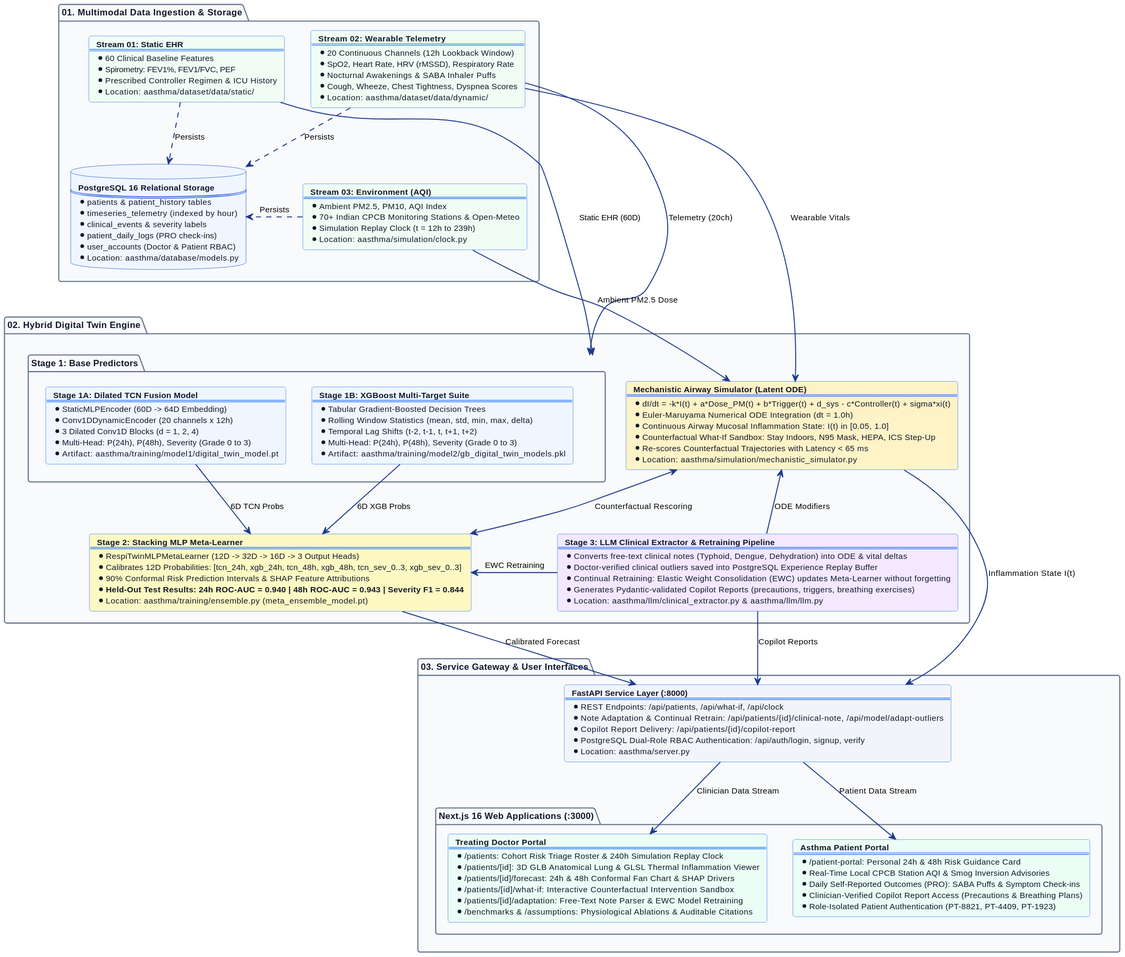
Frisbee148/BreatheTwin keeps this PlantUML diagram as frontend/public/architecture-diagram.svg. Above is the earlier version. Source of this version:
```plantuml
@startuml
skinparam backgroundColor #FFFFFF
skinparam shadowing false
skinparam roundcorner 6
skinparam defaultFontName Arial
skinparam defaultFontSize 11
skinparam defaultTextAlignment left
skinparam arrowColor #1E3A8A
skinparam arrowThickness 1.3

skinparam packageBackgroundColor #F8FAFC
skinparam packageBorderColor #64748B
skinparam packageFontColor #0F172A
skinparam packageFontStyle bold
skinparam packageFontSize 12

skinparam cardBackgroundColor #FFFFFF
skinparam cardBorderColor #3B82F6
skinparam cardFontColor #0F172A
skinparam cardFontSize 11

skinparam databaseBackgroundColor #EFF6FF
skinparam databaseBorderColor #1D4ED8
skinparam databaseFontColor #0F172A
skinparam databaseFontSize 11

top to bottom direction

package "01. Multimodal Data Ingestion & Storage" as P1 {
  card EHR #F0FDF4 [
    <b>Stream 01: Static EHR</b>
    ====
    * 60 Clinical Baseline Features
    * Spirometry: FEV1%, FEV1/FVC, PEF
    * Prescribed Controller Regimen & ICU History
    * Location: aasthma/dataset/data/static/
  ]

  card WEAR #F0FDF4 [
    <b>Stream 02: Wearable Telemetry</b>
    ====
    * 20 Continuous Channels (12h Lookback Window)
    * SpO2, Heart Rate, HRV (rMSSD), Respiratory Rate
    * Nocturnal Awakenings & SABA Inhaler Puffs
    * Cough, Wheeze, Chest Tightness, Dyspnea Scores
    * Location: aasthma/dataset/data/dynamic/
  ]

  card AQI #F0FDF4 [
    <b>Stream 03: Environment (AQI)</b>
    ====
    * Ambient PM2.5, PM10, AQI Index
    * 70+ Indian CPCB Monitoring Stations & Open-Meteo
    * Simulation Replay Clock (t = 12h to 239h)
    * Location: aasthma/simulation/clock.py
  ]

  database DB #EFF6FF [
    <b>PostgreSQL 16 Relational Storage</b>
    ====
    * patients & patient_history tables
    * timeseries_telemetry (indexed by hour)
    * clinical_events & severity labels
    * patient_daily_logs (PRO check-ins)
    * user_accounts (Doctor & Patient RBAC)
    * Location: aasthma/database/models.py
  ]

  EHR -[hidden]right-> WEAR
  WEAR -[hidden]right-> AQI
  AQI -[hidden]right-> DB

  EHR .down.> DB : Persists
  WEAR .down.> DB : Persists
  AQI .down.> DB : Persists
}

package "02. Hybrid Digital Twin Engine" as P2 {
  package "Stage 1: Base Predictors" as S1 {
    card TCN #EFF6FF [
      <b>Stage 1A: Dilated TCN Fusion Model</b>
      ====
      * StaticMLPEncoder (60D -> 64D Embedding)
      * Conv1DDynamicEncoder (20 channels x 12h)
      * 3 Dilated Conv1D Blocks (d = 1, 2, 4)
      * Multi-Head: P(24h), P(48h), Severity (Grade 0 to 3)
      * Artifact: aasthma/training/model1/digital_twin_model.pt
    ]

    card XGB #EFF6FF [
      <b>Stage 1B: XGBoost Multi-Target Suite</b>
      ====
      * Tabular Gradient-Boosted Decision Trees
      * Rolling Window Statistics (mean, std, min, max, delta)
      * Temporal Lag Shifts (t-2, t-1, t, t+1, t+2)
      * Multi-Head: P(24h), P(48h), Severity (Grade 0 to 3)
      * Artifact: aasthma/training/model2/gb_digital_twin_models.pkl
    ]

    TCN -[hidden]right-> XGB
  }

  card ODE #FEF3C7 [
    <b>Mechanistic Airway Simulator (Latent ODE)</b>
    ====
    * dI/dt = -k*I(t) + a*Dose_PM(t) + b*Trigger(t) + d_sys - c*Controller(t) + sigma*xi(t)
    * Euler-Maruyama Numerical ODE Integration (dt = 1.0h)
    * Continuous Airway Mucosal Inflammation State: I(t) in [0.05, 1.0]
    * Counterfactual What-If Sandbox: Stay Indoors, N95 Mask, HEPA, ICS Step-Up
    * Re-scores Counterfactual Trajectories with Latency < 65 ms
    * Location: aasthma/simulation/mechanistic_simulator.py
  ]

  card META #FEF9C3 [
    <b>Stage 2: Stacking MLP Meta-Learner</b>
    ====
    * RespiTwinMLPMetaLearner (12D -> 32D -> 16D -> 3 Output Heads)
    * Calibrates 12D Probabilities: [tcn_24h, xgb_24h, tcn_48h, xgb_48h, tcn_sev_0..3, xgb_sev_0..3]
    * 90% Conformal Risk Prediction Intervals & SHAP Feature Attributions
    * <b>Held-Out Test Results: 24h ROC-AUC = 0.940 | 48h ROC-AUC = 0.943 | Severity F1 = 0.844</b>
    * Location: aasthma/training/ensemble.py (meta_ensemble_model.pt)
  ]

  card LLM #F3E8FF [
    <b>Stage 3: LLM Clinical Extractor & Retraining Pipeline</b>
    ====
    * Converts free-text clinical notes (Typhoid, Dengue, Dehydration) into ODE & vital deltas
    * Doctor-verified clinical outliers saved into PostgreSQL Experience Replay Buffer
    * Continual Retraining: Elastic Weight Consolidation (EWC) updates Meta-Learner without forgetting
    * Generates Pydantic-validated Copilot Reports (precautions, triggers, breathing exercises)
    * Location: aasthma/llm/clinical_extractor.py & aasthma/llm/llm.py
  ]

  S1 -[hidden]down-> META
  ODE -[hidden]right-> META
  META -[hidden]right-> LLM
}

package "03. Service Gateway & User Interfaces" as P3 {
  card API #F1F5F9 [
    <b>FastAPI Service Layer (:8000)</b>
    ====
    * REST Endpoints: /api/patients, /api/what-if, /api/clock
    * Note Adaptation & Continual Retrain: /api/patients/{id}/clinical-note, /api/model/adapt-outliers
    * Copilot Report Delivery: /api/patients/{id}/copilot-report
    * PostgreSQL Dual-Role RBAC Authentication: /api/auth/login, signup, verify
    * Location: aasthma/server.py
  ]

  package "Next.js 16 Web Applications (:3000)" as CLIENTS {
    card DOC #ECFDF5 [
      <b>Treating Doctor Portal</b>
      ====
      * /patients: Cohort Risk Triage Roster & 240h Simulation Replay Clock
      * /patients/[id]: 3D GLB Anatomical Lung & GLSL Thermal Inflammation Viewer
      * /patients/[id]/forecast: 24h & 48h Conformal Fan Chart & SHAP Drivers
      * /patients/[id]/what-if: Interactive Counterfactual Intervention Sandbox
      * /patients/[id]/adaptation: Free-Text Note Parser & EWC Model Retraining
      * /benchmarks & /assumptions: Physiological Ablations & Auditable Citations
    ]

    card PAT #ECFDF5 [
      <b>Asthma Patient Portal</b>
      ====
      * /patient-portal: Personal 24h & 48h Risk Guidance Card
      * Real-Time Local CPCB Station AQI & Smog Inversion Advisories
      * Daily Self-Reported Outcomes (PRO): SABA Puffs & Symptom Check-ins
      * Clinician-Verified Copilot Report Access (Precautions & Breathing Plans)
      * Role-Isolated Patient Authentication (PT-8821, PT-4409, PT-1923)
    ]

    DOC -[hidden]right-> PAT
  }
}

EHR -down-> S1 : Static EHR (60D)
WEAR -down-> S1 : Telemetry (20ch)
WEAR -down-> ODE : Wearable Vitals
AQI -down-> ODE : Ambient PM2.5 Dose

TCN -down-> META : 6D TCN Probs
XGB -down-> META : 6D XGB Probs

META <-left-> ODE : Counterfactual Rescoring
LLM -down-> ODE : ODE Modifiers
LLM -left-> META : EWC Retraining

META -down-> API : Calibrated Forecast
ODE -down-> API : Inflammation State I(t)
LLM -down-> API : Copilot Reports

API -down-> DOC : Clinician Data Stream
API -down-> PAT : Patient Data Stream
@enduml
```
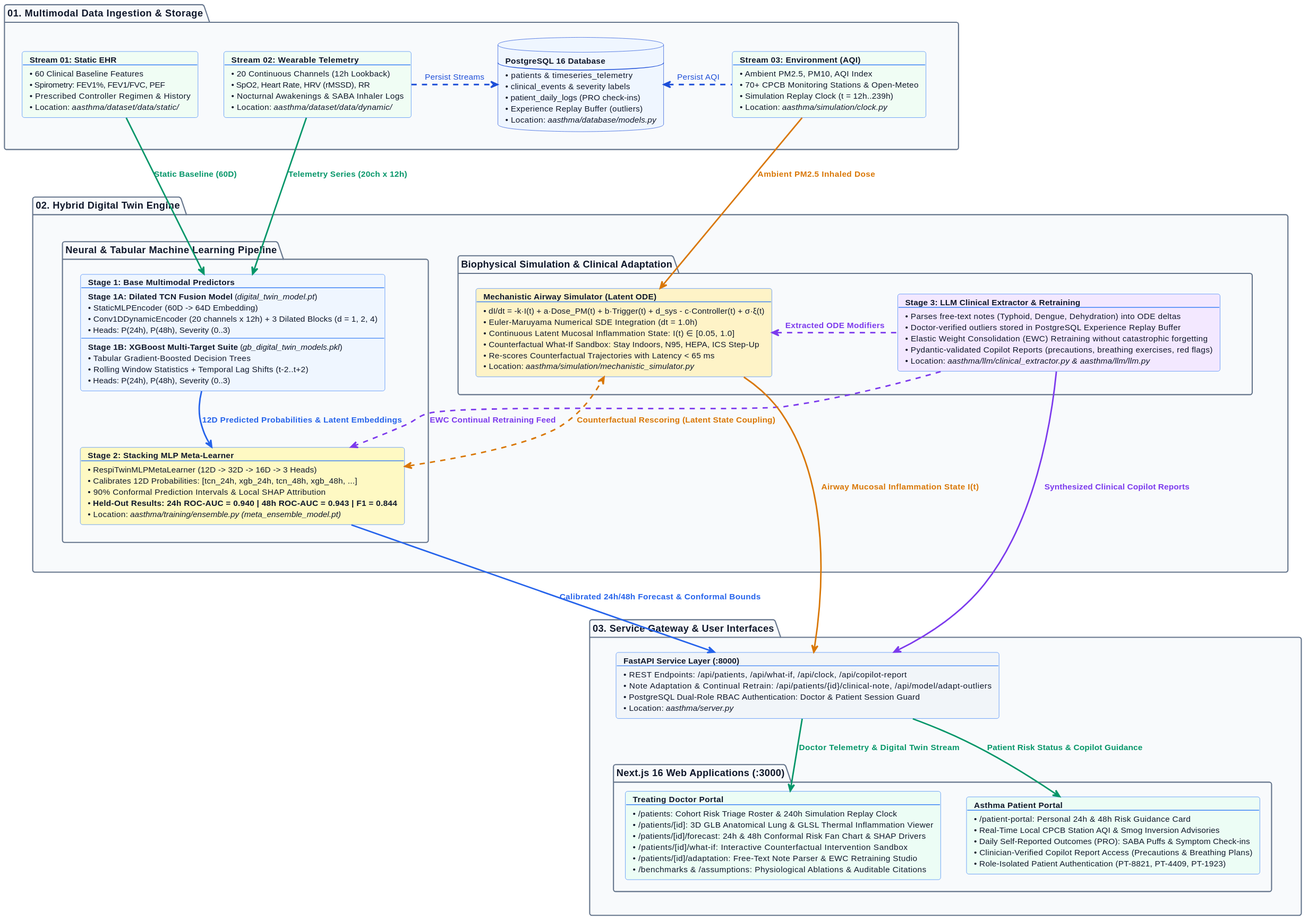
Above is the later version.

The edit, as a diff of the source:
```diff
@@ -2,17 +2,18 @@
 skinparam backgroundColor #FFFFFF
 skinparam shadowing false
 skinparam roundcorner 6
-skinparam defaultFontName Arial
+skinparam defaultFontName -apple-system, BlinkMacSystemFont, "Segoe UI", Roboto, Helvetica, Arial, sans-serif
 skinparam defaultFontSize 11
 skinparam defaultTextAlignment left
-skinparam arrowColor #1E3A8A
-skinparam arrowThickness 1.3
+skinparam arrowThickness 2.0
+skinparam arrowFontSize 11
+skinparam arrowFontColor #0F172A
 
 skinparam packageBackgroundColor #F8FAFC
 skinparam packageBorderColor #64748B
 skinparam packageFontColor #0F172A
 skinparam packageFontStyle bold
-skinparam packageFontSize 12
+skinparam packageFontSize 13
 
 skinparam cardBackgroundColor #FFFFFF
 skinparam cardBorderColor #3B82F6
@@ -29,166 +30,158 @@
 package "01. Multimodal Data Ingestion & Storage" as P1 {
   card EHR #F0FDF4 [
     <b>Stream 01: Static EHR</b>
-    ====
-    * 60 Clinical Baseline Features
-    * Spirometry: FEV1%, FEV1/FVC, PEF
-    * Prescribed Controller Regimen & ICU History
-    * Location: aasthma/dataset/data/static/
+    ----
+    • 60 Clinical Baseline Features
+    • Spirometry: FEV1%, FEV1/FVC, PEF
+    • Prescribed Controller Regimen & History
+    • Location: <i>aasthma/dataset/data/static/</i>
   ]
 
   card WEAR #F0FDF4 [
     <b>Stream 02: Wearable Telemetry</b>
-    ====
-    * 20 Continuous Channels (12h Lookback Window)
-    * SpO2, Heart Rate, HRV (rMSSD), Respiratory Rate
-    * Nocturnal Awakenings & SABA Inhaler Puffs
-    * Cough, Wheeze, Chest Tightness, Dyspnea Scores
-    * Location: aasthma/dataset/data/dynamic/
+    ----
+    • 20 Continuous Channels (12h Lookback)
+    • SpO2, Heart Rate, HRV (rMSSD), RR
+    • Nocturnal Awakenings & SABA Inhaler Logs
+    • Location: <i>aasthma/dataset/data/dynamic/</i>
+  ]
+
+  database DB #EFF6FF [
+    <b>PostgreSQL 16 Database</b>
+    ----
+    • patients & timeseries_telemetry
+    • clinical_events & severity labels
+    • patient_daily_logs (PRO check-ins)
+    • Experience Replay Buffer (outliers)
+    • Location: <i>aasthma/database/models.py</i>
   ]
 
   card AQI #F0FDF4 [
     <b>Stream 03: Environment (AQI)</b>
-    ====
-    * Ambient PM2.5, PM10, AQI Index
-    * 70+ Indian CPCB Monitoring Stations & Open-Meteo
-    * Simulation Replay Clock (t = 12h to 239h)
-    * Location: aasthma/simulation/clock.py
-  ]
-
-  database DB #EFF6FF [
-    <b>PostgreSQL 16 Relational Storage</b>
-    ====
-    * patients & patient_history tables
-    * timeseries_telemetry (indexed by hour)
-    * clinical_events & severity labels
-    * patient_daily_logs (PRO check-ins)
-    * user_accounts (Doctor & Patient RBAC)
-    * Location: aasthma/database/models.py
+    ----
+    • Ambient PM2.5, PM10, AQI Index
+    • 70+ CPCB Monitoring Stations & Open-Meteo
+    • Simulation Replay Clock (t = 12h..239h)
+    • Location: <i>aasthma/simulation/clock.py</i>
   ]
 
   EHR -[hidden]right-> WEAR
-  WEAR -[hidden]right-> AQI
-  AQI -[hidden]right-> DB
+  WEAR -[hidden]right-> DB
+  DB -[hidden]right-> AQI
 
-  EHR .down.> DB : Persists
-  WEAR .down.> DB : Persists
-  AQI .down.> DB : Persists
+  WEAR .[#1D4ED8]right.> DB : <color:#1D4ED8>Persist Streams</color>
+  AQI .[#1D4ED8]left.> DB : <color:#1D4ED8>Persist AQI</color>
 }
 
 package "02. Hybrid Digital Twin Engine" as P2 {
-  package "Stage 1: Base Predictors" as S1 {
-    card TCN #EFF6FF [
-      <b>Stage 1A: Dilated TCN Fusion Model</b>
-      ====
-      * StaticMLPEncoder (60D -> 64D Embedding)
-      * Conv1DDynamicEncoder (20 channels x 12h)
-      * 3 Dilated Conv1D Blocks (d = 1, 2, 4)
-      * Multi-Head: P(24h), P(48h), Severity (Grade 0 to 3)
-      * Artifact: aasthma/training/model1/digital_twin_model.pt
+  package "Neural & Tabular Machine Learning Pipeline" as P2_LEFT {
+    card S1 #EFF6FF [
+      <b>Stage 1: Base Multimodal Predictors</b>
+      ----
+      <b>Stage 1A: Dilated TCN Fusion Model</b> (<i>digital_twin_model.pt</i>)
+      • StaticMLPEncoder (60D -> 64D Embedding)
+      • Conv1DDynamicEncoder (20 channels x 12h) + 3 Dilated Blocks (d = 1, 2, 4)
+      • Heads: P(24h), P(48h), Severity (0..3)
+      ----
+      <b>Stage 1B: XGBoost Multi-Target Suite</b> (<i>gb_digital_twin_models.pkl</i>)
+      • Tabular Gradient-Boosted Decision Trees
+      • Rolling Window Statistics + Temporal Lag Shifts (t-2..t+2)
+      • Heads: P(24h), P(48h), Severity (0..3)
     ]
 
-    card XGB #EFF6FF [
-      <b>Stage 1B: XGBoost Multi-Target Suite</b>
-      ====
-      * Tabular Gradient-Boosted Decision Trees
-      * Rolling Window Statistics (mean, std, min, max, delta)
-      * Temporal Lag Shifts (t-2, t-1, t, t+1, t+2)
-      * Multi-Head: P(24h), P(48h), Severity (Grade 0 to 3)
-      * Artifact: aasthma/training/model2/gb_digital_twin_models.pkl
+    card META #FEF9C3 [
+      <b>Stage 2: Stacking MLP Meta-Learner</b>
+      ----
+      • RespiTwinMLPMetaLearner (12D -> 32D -> 16D -> 3 Heads)
+      • Calibrates 12D Probabilities: [tcn_24h, xgb_24h, tcn_48h, xgb_48h, ...]
+      • 90% Conformal Prediction Intervals & Local SHAP Attribution
+      • <b>Held-Out Results: 24h ROC-AUC = 0.940 | 48h ROC-AUC = 0.943 | F1 = 0.844</b>
+      • Location: <i>aasthma/training/ensemble.py (meta_ensemble_model.pt)</i>
     ]
 
-    TCN -[hidden]right-> XGB
+    S1 -[#2563EB]down-> META : <color:#2563EB><b>12D Predicted Probabilities & Latent Embeddings</b></color>
   }
 
-  card ODE #FEF3C7 [
-    <b>Mechanistic Airway Simulator (Latent ODE)</b>
-    ====
-    * dI/dt = -k*I(t) + a*Dose_PM(t) + b*Trigger(t) + d_sys - c*Controller(t) + sigma*xi(t)
-    * Euler-Maruyama Numerical ODE Integration (dt = 1.0h)
-    * Continuous Airway Mucosal Inflammation State: I(t) in [0.05, 1.0]
-    * Counterfactual What-If Sandbox: Stay Indoors, N95 Mask, HEPA, ICS Step-Up
-    * Re-scores Counterfactual Trajectories with Latency < 65 ms
-    * Location: aasthma/simulation/mechanistic_simulator.py
-  ]
+  package "Biophysical Simulation & Clinical Adaptation" as P2_RIGHT {
+    card ODE #FEF3C7 [
+      <b>Mechanistic Airway Simulator (Latent ODE)</b>
+      ----
+      • dI/dt = -k·I(t) + a·Dose_PM(t) + b·Trigger(t) + d_sys - c·Controller(t) + σ·ξ(t)
+      • Euler-Maruyama Numerical SDE Integration (dt = 1.0h)
+      • Continuous Latent Mucosal Inflammation State: I(t) ∈ [0.05, 1.0]
+      • Counterfactual What-If Sandbox: Stay Indoors, N95, HEPA, ICS Step-Up
+      • Re-scores Counterfactual Trajectories with Latency < 65 ms
+      • Location: <i>aasthma/simulation/mechanistic_simulator.py</i>
+    ]
 
-  card META #FEF9C3 [
-    <b>Stage 2: Stacking MLP Meta-Learner</b>
-    ====
-    * RespiTwinMLPMetaLearner (12D -> 32D -> 16D -> 3 Output Heads)
-    * Calibrates 12D Probabilities: [tcn_24h, xgb_24h, tcn_48h, xgb_48h, tcn_sev_0..3, xgb_sev_0..3]
-    * 90% Conformal Risk Prediction Intervals & SHAP Feature Attributions
-    * <b>Held-Out Test Results: 24h ROC-AUC = 0.940 | 48h ROC-AUC = 0.943 | Severity F1 = 0.844</b>
-    * Location: aasthma/training/ensemble.py (meta_ensemble_model.pt)
-  ]
+    card LLM #F3E8FF [
+      <b>Stage 3: LLM Clinical Extractor & Retraining</b>
+      ----
+      • Parses free-text notes (Typhoid, Dengue, Dehydration) into ODE deltas
+      • Doctor-verified outliers stored in PostgreSQL Experience Replay Buffer
+      • Elastic Weight Consolidation (EWC) Retraining without catastrophic forgetting
+      • Pydantic-validated Copilot Reports (precautions, breathing exercises, red flags)
+      • Location: <i>aasthma/llm/clinical_extractor.py & aasthma/llm/llm.py</i>
+    ]
 
-  card LLM #F3E8FF [
-    <b>Stage 3: LLM Clinical Extractor & Retraining Pipeline</b>
-    ====
-    * Converts free-text clinical notes (Typhoid, Dengue, Dehydration) into ODE & vital deltas
-    * Doctor-verified clinical outliers saved into PostgreSQL Experience Replay Buffer
-    * Continual Retraining: Elastic Weight Consolidation (EWC) updates Meta-Learner without forgetting
-    * Generates Pydantic-validated Copilot Reports (precautions, triggers, breathing exercises)
-    * Location: aasthma/llm/clinical_extractor.py & aasthma/llm/llm.py
-  ]
+    ODE -[hidden]right-> LLM
 
-  S1 -[hidden]down-> META
-  ODE -[hidden]right-> META
-  META -[hidden]right-> LLM
+    LLM .[#7C3AED]left.> ODE : <color:#7C3AED><b>Extracted ODE Modifiers</b></color>
+  }
+
+  P2_LEFT -[hidden]right-> P2_RIGHT
+
+  META <.[#D97706,norank].> ODE : <color:#D97706><b>Counterfactual Rescoring (Latent State Coupling)</b></color>
+  LLM .[#7C3AED,norank].> META : <color:#7C3AED><b>EWC Continual Retraining Feed</b></color>
 }
 
 package "03. Service Gateway & User Interfaces" as P3 {
   card API #F1F5F9 [
     <b>FastAPI Service Layer (:8000)</b>
-    ====
-    * REST Endpoints: /api/patients, /api/what-if, /api/clock
-    * Note Adaptation & Continual Retrain: /api/patients/{id}/clinical-note, /api/model/adapt-outliers
-    * Copilot Report Delivery: /api/patients/{id}/copilot-report
-    * PostgreSQL Dual-Role RBAC Authentication: /api/auth/login, signup, verify
-    * Location: aasthma/server.py
+    ----
+    • REST Endpoints: /api/patients, /api/what-if, /api/clock, /api/copilot-report
+    • Note Adaptation & Continual Retrain: /api/patients/{id}/clinical-note, /api/model/adapt-outliers
+    • PostgreSQL Dual-Role RBAC Authentication: Doctor & Patient Session Guard
+    • Location: <i>aasthma/server.py</i>
   ]
 
   package "Next.js 16 Web Applications (:3000)" as CLIENTS {
     card DOC #ECFDF5 [
       <b>Treating Doctor Portal</b>
-      ====
-      * /patients: Cohort Risk Triage Roster & 240h Simulation Replay Clock
-      * /patients/[id]: 3D GLB Anatomical Lung & GLSL Thermal Inflammation Viewer
-      * /patients/[id]/forecast: 24h & 48h Conformal Fan Chart & SHAP Drivers
-      * /patients/[id]/what-if: Interactive Counterfactual Intervention Sandbox
-      * /patients/[id]/adaptation: Free-Text Note Parser & EWC Model Retraining
-      * /benchmarks & /assumptions: Physiological Ablations & Auditable Citations
+      ----
+      • /patients: Cohort Risk Triage Roster & 240h Simulation Replay Clock
+      • /patients/[id]: 3D GLB Anatomical Lung & GLSL Thermal Inflammation Viewer
+      • /patients/[id]/forecast: 24h & 48h Conformal Risk Fan Chart & SHAP Drivers
+      • /patients/[id]/what-if: Interactive Counterfactual Intervention Sandbox
+      • /patients/[id]/adaptation: Free-Text Note Parser & EWC Retraining Studio
+      • /benchmarks & /assumptions: Physiological Ablations & Auditable Citations
     ]
 
     card PAT #ECFDF5 [
       <b>Asthma Patient Portal</b>
-      ====
-      * /patient-portal: Personal 24h & 48h Risk Guidance Card
-      * Real-Time Local CPCB Station AQI & Smog Inversion Advisories
-      * Daily Self-Reported Outcomes (PRO): SABA Puffs & Symptom Check-ins
-      * Clinician-Verified Copilot Report Access (Precautions & Breathing Plans)
-      * Role-Isolated Patient Authentication (PT-8821, PT-4409, PT-1923)
+      ----
+      • /patient-portal: Personal 24h & 48h Risk Guidance Card
+      • Real-Time Local CPCB Station AQI & Smog Inversion Advisories
+      • Daily Self-Reported Outcomes (PRO): SABA Puffs & Symptom Check-ins
+      • Clinician-Verified Copilot Report Access (Precautions & Breathing Plans)
+      • Role-Isolated Patient Authentication (PT-8821, PT-4409, PT-1923)
     ]
 
     DOC -[hidden]right-> PAT
   }
+
+  API -[#059669]down-> DOC : <color:#059669><b>Doctor Telemetry & Digital Twin Stream</b></color>
+  API -[#059669]down-> PAT : <color:#059669><b>Patient Risk Status & Copilot Guidance</b></color>
 }
 
-EHR -down-> S1 : Static EHR (60D)
-WEAR -down-> S1 : Telemetry (20ch)
-WEAR -down-> ODE : Wearable Vitals
-AQI -down-> ODE : Ambient PM2.5 Dose
+P1 -[hidden]down-> P2
+P2 -[hidden]down-> P3
 
-TCN -down-> META : 6D TCN Probs
-XGB -down-> META : 6D XGB Probs
+EHR -[#059669]down-> S1 : <color:#059669><b>Static Baseline (60D)</b></color>
+WEAR -[#059669]down-> S1 : <color:#059669><b>Telemetry Series (20ch x 12h)</b></color>
+AQI -[#D97706]down-> ODE : <color:#D97706><b>Ambient PM2.5 Inhaled Dose</b></color>
 
-META <-left-> ODE : Counterfactual Rescoring
-LLM -down-> ODE : ODE Modifiers
-LLM -left-> META : EWC Retraining
-
-META -down-> API : Calibrated Forecast
-ODE -down-> API : Inflammation State I(t)
-LLM -down-> API : Copilot Reports
-
-API -down-> DOC : Clinician Data Stream
-API -down-> PAT : Patient Data Stream
+META -[#2563EB]down-> API : <color:#2563EB><b>Calibrated 24h/48h Forecast & Conformal Bounds</b></color>
+ODE -[#D97706]down-> API : <color:#D97706><b>Airway Mucosal Inflammation State I(t)</b></color>
+LLM -[#7C3AED]down-> API : <color:#7C3AED><b>Synthesized Clinical Copilot Reports</b></color>
 @enduml
```
